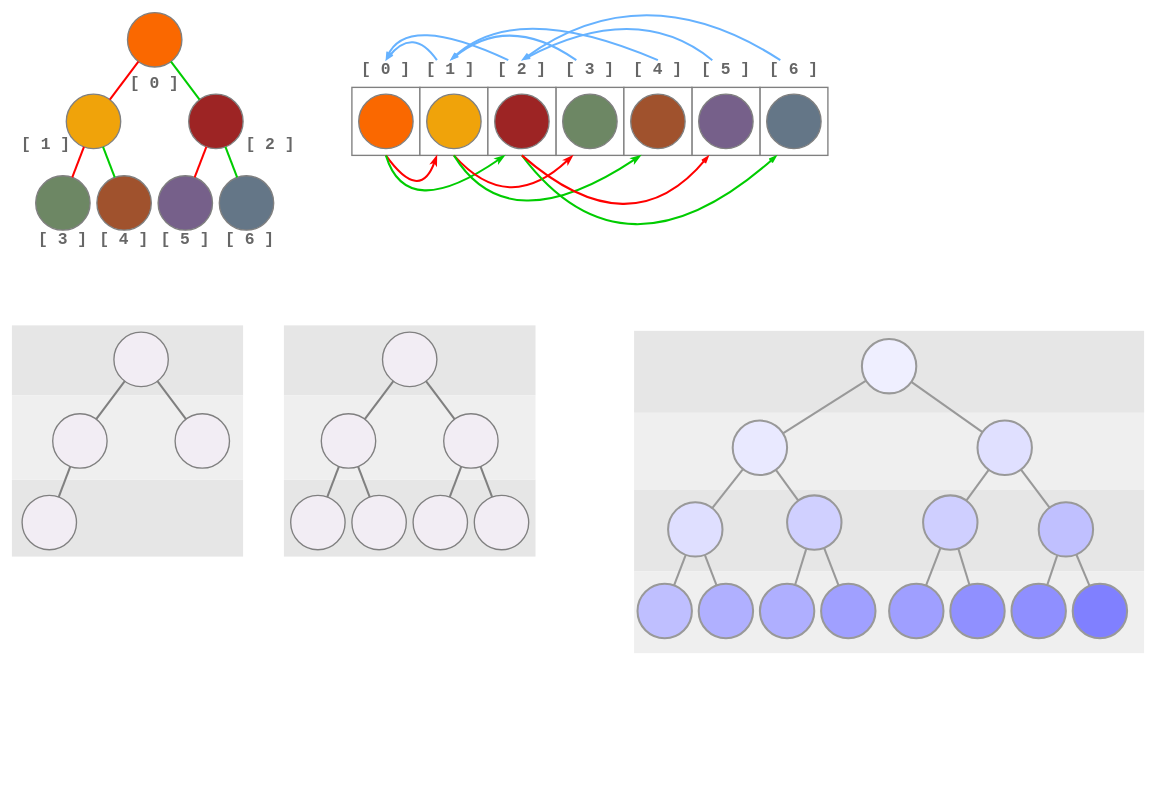
This is pqueue/pqueue.drawio from lgreco/images, a draw.io file, before an edit. Source tidied: cells renumbered, new cells numbered last; positions are measured from the earlier drawing's top-left corner, leaving out a move shared by most shapes. Both pictures are drawn from the tidied source at 68%, with x=0, y=0 at pixel (12, -29).
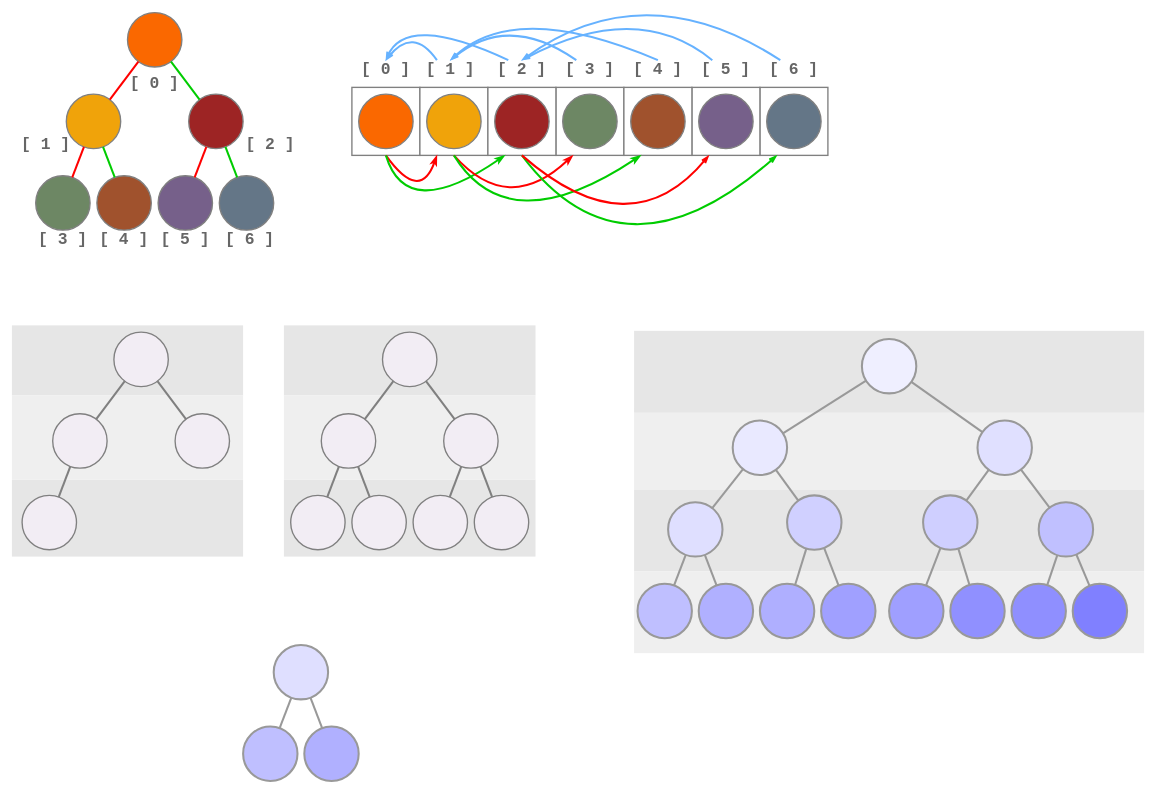
The same diagram, later.

What changed in the source:
```diff
@@
+    <mxCell id="116" style="ellipse;whiteSpace=wrap;html=1;fillColor=#DFDFFF;strokeColor=#999999;fontColor=#ffffff;strokeWidth=3;" parent="1" vertex="1">
+      <mxGeometry x="385" y="990" width="80" height="80" as="geometry" />
+    </mxCell>
+    <mxCell id="117" style="ellipse;whiteSpace=wrap;html=1;fillColor=#BFBFFF;strokeColor=#999999;fontColor=#ffffff;strokeWidth=3;flipH=1;legacyAnchorPoints=0;" parent="1" vertex="1">
+      <mxGeometry x="340" y="1110" width="80" height="80" as="geometry" />
+    </mxCell>
+    <mxCell id="118" style="ellipse;whiteSpace=wrap;html=1;fillColor=#B0B0FF;strokeColor=#999999;fontColor=#ffffff;strokeWidth=3;flipH=1;legacyAnchorPoints=0;" parent="1" vertex="1">
+      <mxGeometry x="430" y="1110" width="80" height="80" as="geometry" />
+    </mxCell>
+    <mxCell id="119" style="endArrow=none;html=1;rounded=0;strokeWidth=3;strokeColor=#999999;fillColor=#76608a;" parent="1" edge="1" source="117" target="116">
+      <mxGeometry relative="1" as="geometry" />
+    </mxCell>
+    <mxCell id="120" style="endArrow=none;html=1;rounded=0;strokeWidth=3;strokeColor=#999999;fillColor=#76608a;" parent="1" edge="1" source="118" target="116">
+      <mxGeometry relative="1" as="geometry" />
+    </mxCell>
```
